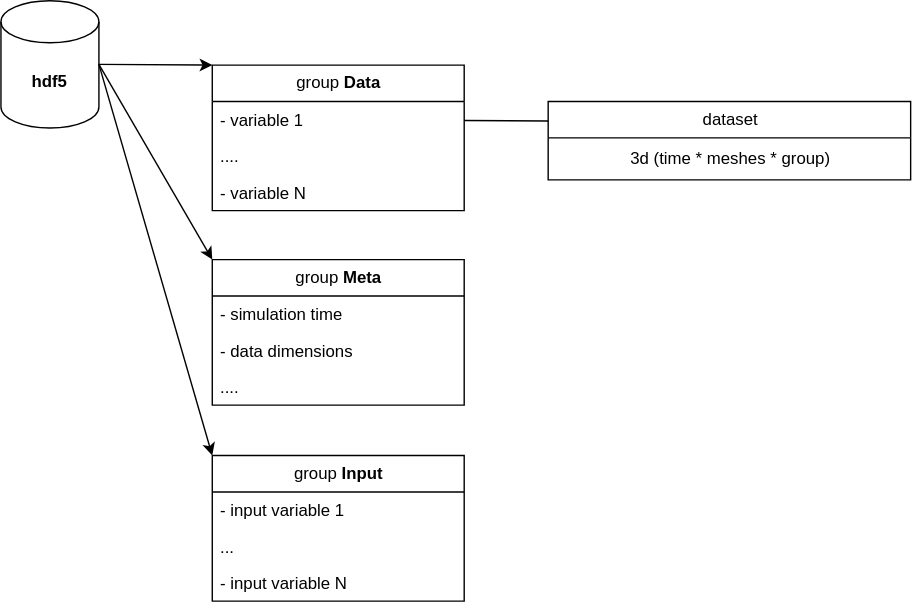
Earlier version of the draw.io export doc/assas_hdf5.svg (ke4920/assas_data). Source tidied: cells renumbered, new cells last; positions are measured from the earlier drawing's top-left corner, leaving out a move shared by most shapes.
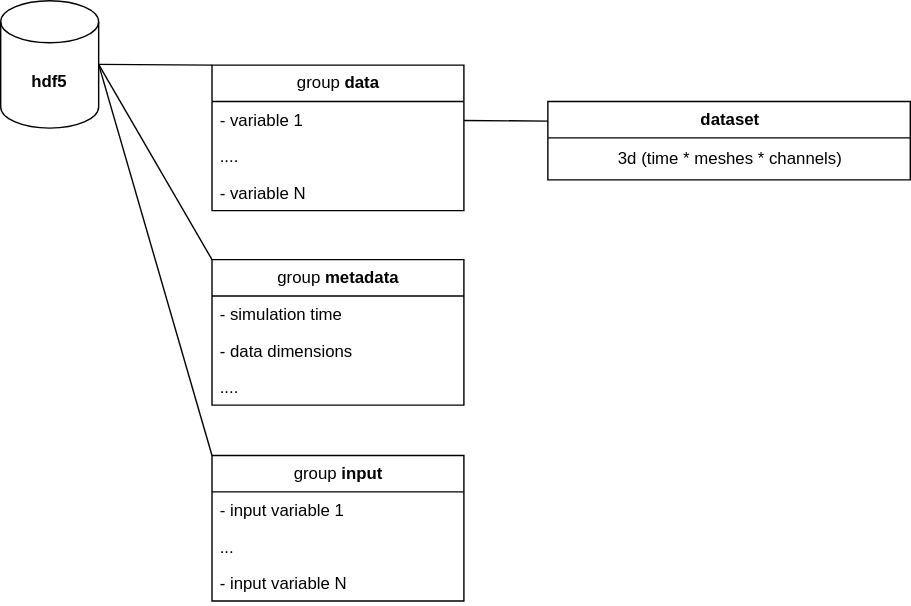
Above is the later version.

Commit message:
added docs for ASTEC data structure

What changed in the source:
```diff
@@ -5,7 +5,7 @@
     <mxCell id="2" value="&lt;b&gt;hdf5&lt;/b&gt;" style="shape=cylinder3;whiteSpace=wrap;html=1;boundedLbl=1;backgroundOutline=1;size=15;" parent="1" vertex="1">
       <mxGeometry width="70" height="91" as="geometry" />
     </mxCell>
-    <mxCell id="3" value="group &lt;b&gt;Data&lt;/b&gt;" style="swimlane;fontStyle=0;horizontal=1;startSize=26;fillColor=none;html=1;" parent="1" vertex="1">
+    <mxCell id="3" value="group &lt;b&gt;data&lt;/b&gt;" style="swimlane;fontStyle=0;horizontal=1;startSize=26;fillColor=none;html=1;" parent="1" vertex="1">
       <mxGeometry x="151" y="46" width="180" height="104" as="geometry" />
     </mxCell>
     <mxCell id="4" value="- variable 1" style="text;strokeColor=none;fillColor=none;align=left;verticalAlign=top;spacingLeft=4;spacingRight=4;overflow=hidden;points=[[0,0.5],[1,0.5]];portConstraint=eastwest;whiteSpace=wrap;html=1;" parent="3" vertex="1">
@@ -17,16 +17,16 @@
     <mxCell id="6" value="- variable N" style="text;strokeColor=none;fillColor=none;align=left;verticalAlign=top;spacingLeft=4;spacingRight=4;overflow=hidden;whiteSpace=wrap;html=1;" parent="3" vertex="1">
       <mxGeometry y="78" width="180" height="26" as="geometry" />
     </mxCell>
-    <mxCell id="7" style="endArrow=classic;html=1;exitX=1;exitY=0.5;exitDx=0;exitDy=0;exitPerimeter=0;entryX=0;entryY=0;entryDx=0;entryDy=0;" parent="1" edge="1" source="2" target="3">
+    <mxCell id="7" style="endArrow=none;html=1;exitX=1;exitY=0.5;exitDx=0;exitDy=0;exitPerimeter=0;entryX=0;entryY=0;entryDx=0;entryDy=0;endFill=0;" parent="1" edge="1" source="2" target="3">
       <mxGeometry relative="1" as="geometry" />
     </mxCell>
-    <mxCell id="8" value="dataset" style="swimlane;fontStyle=0;horizontal=1;startSize=26;fillColor=none;html=1;" parent="1" vertex="1">
+    <mxCell id="8" value="&lt;b&gt;dataset&lt;/b&gt;" style="swimlane;fontStyle=0;horizontal=1;startSize=26;fillColor=none;html=1;" parent="1" vertex="1">
       <mxGeometry x="391" y="72" width="259" height="56" as="geometry" />
     </mxCell>
-    <mxCell id="9" value="3d (time * meshes * group)" style="text;html=1;align=center;verticalAlign=middle;strokeColor=none;fillColor=none;" parent="8" vertex="1">
+    <mxCell id="9" value="3d (time * meshes * channels)" style="text;html=1;align=center;verticalAlign=middle;strokeColor=none;fillColor=none;" parent="8" vertex="1">
       <mxGeometry y="26" width="259" height="30" as="geometry" />
     </mxCell>
-    <mxCell id="10" value="group &lt;b&gt;Meta&lt;/b&gt;" style="swimlane;fontStyle=0;horizontal=1;startSize=26;fillColor=none;html=1;" parent="1" vertex="1">
+    <mxCell id="10" value="group &lt;b&gt;metadata&lt;/b&gt;" style="swimlane;fontStyle=0;horizontal=1;startSize=26;fillColor=none;html=1;" parent="1" vertex="1">
       <mxGeometry x="151" y="185" width="180" height="104" as="geometry" />
     </mxCell>
     <mxCell id="11" value="- simulation time" style="text;strokeColor=none;fillColor=none;align=left;verticalAlign=top;spacingLeft=4;spacingRight=4;overflow=hidden;whiteSpace=wrap;html=1;" parent="10" vertex="1">
@@ -38,7 +38,7 @@
     <mxCell id="13" value="...." style="text;strokeColor=none;fillColor=none;align=left;verticalAlign=top;spacingLeft=4;spacingRight=4;overflow=hidden;whiteSpace=wrap;html=1;" parent="10" vertex="1">
       <mxGeometry y="78" width="180" height="26" as="geometry" />
     </mxCell>
-    <mxCell id="14" value="group &lt;b&gt;Input&lt;/b&gt;" style="swimlane;fontStyle=0;horizontal=1;startSize=26;fillColor=none;html=1;" parent="1" vertex="1">
+    <mxCell id="14" value="group &lt;b&gt;input&lt;/b&gt;" style="swimlane;fontStyle=0;horizontal=1;startSize=26;fillColor=none;html=1;" parent="1" vertex="1">
       <mxGeometry x="151" y="325" width="180" height="104" as="geometry" />
     </mxCell>
     <mxCell id="15" value="- input variable 1" style="text;strokeColor=none;fillColor=none;align=left;verticalAlign=top;spacingLeft=4;spacingRight=4;overflow=hidden;whiteSpace=wrap;html=1;" parent="14" vertex="1">
@@ -53,10 +53,10 @@
     <mxCell id="18" style="endArrow=none;html=1;entryX=0;entryY=0.25;entryDx=0;entryDy=0;" parent="1" edge="1" source="4" target="8">
       <mxGeometry relative="1" as="geometry" />
     </mxCell>
-    <mxCell id="19" style="endArrow=classic;html=1;exitX=1;exitY=0.5;exitDx=0;exitDy=0;exitPerimeter=0;entryX=0;entryY=0;entryDx=0;entryDy=0;" parent="1" edge="1" source="2" target="10">
+    <mxCell id="19" style="endArrow=none;html=1;exitX=1;exitY=0.5;exitDx=0;exitDy=0;exitPerimeter=0;entryX=0;entryY=0;entryDx=0;entryDy=0;endFill=0;" parent="1" edge="1" source="2" target="10">
       <mxGeometry relative="1" as="geometry" />
     </mxCell>
-    <mxCell id="20" style="endArrow=classic;html=1;exitX=1;exitY=0.5;exitDx=0;exitDy=0;exitPerimeter=0;entryX=0;entryY=0;entryDx=0;entryDy=0;" parent="1" edge="1" source="2" target="14">
+    <mxCell id="20" style="endArrow=none;html=1;exitX=1;exitY=0.5;exitDx=0;exitDy=0;exitPerimeter=0;entryX=0;entryY=0;entryDx=0;entryDy=0;endFill=0;" parent="1" edge="1" source="2" target="14">
       <mxGeometry relative="1" as="geometry" />
     </mxCell>
   </root>
```
